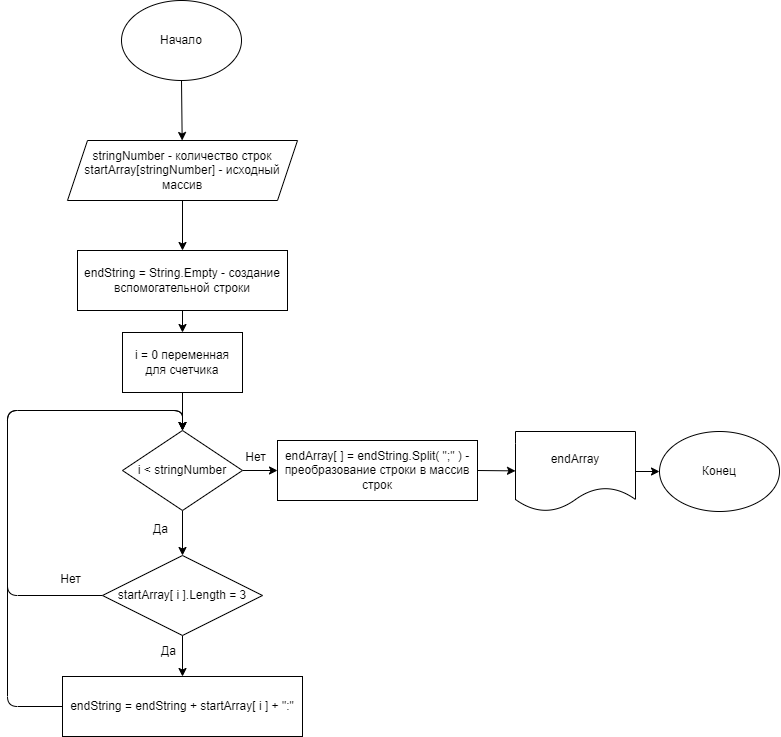
Above: Block diagram.drawio.png in VasiliyMikhaylov91/FirstControlTest (draw.io), before the change. Source tidied: cells renumbered, new cells last; positions are measured from the earlier drawing's top-left corner, leaving out a move shared by most shapes.
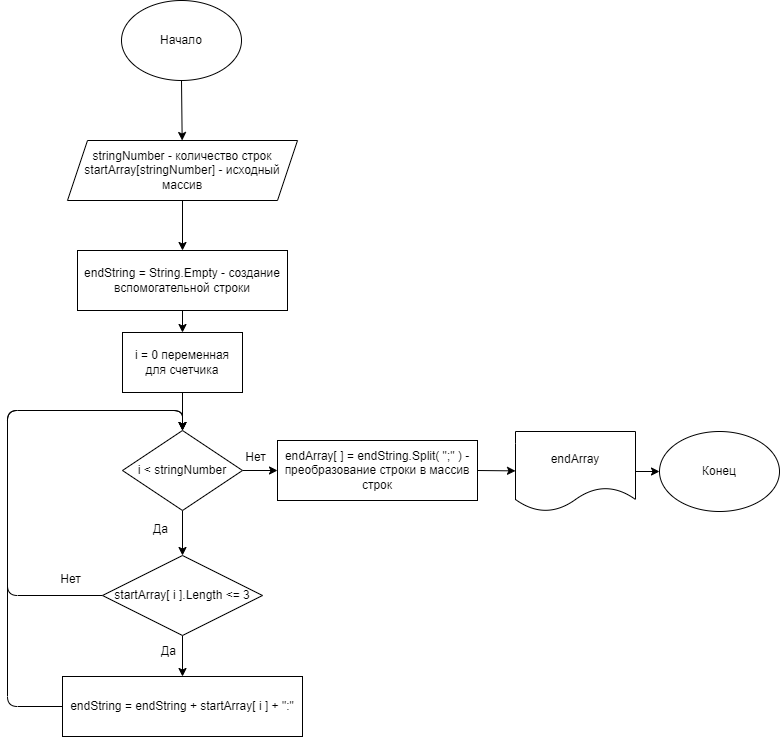
The same file after the commit.

Commit message:
Correct block diagram

What changed in the source:
```diff
@@ -52,7 +52,7 @@
         </Array>
       </mxGeometry>
     </mxCell>
-    <mxCell id="16" value="startArray[ i ].Length = 3" style="rhombus;whiteSpace=wrap;html=1;" parent="1" vertex="1">
+    <mxCell id="16" value="startArray[ i ].Length &amp;lt;= 3" style="rhombus;whiteSpace=wrap;html=1;" parent="1" vertex="1">
       <mxGeometry x="95" y="555" width="160" height="80" as="geometry" />
     </mxCell>
     <mxCell id="17" value="Да" style="text;html=1;align=center;verticalAlign=middle;strokeColor=none;fillColor=none;" parent="1" vertex="1">
```
